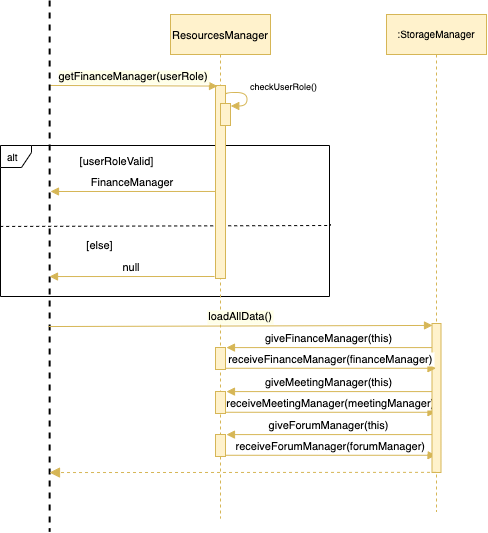
Before: docs/developerGuideDiagrams/resourcesSequenceDiagram.png, a diagram exported from draw.io (theeugenechong/tp). Source tidied: cells renumbered, new cells last; positions are measured from the earlier drawing's top-left corner, leaving out a move shared by most shapes.
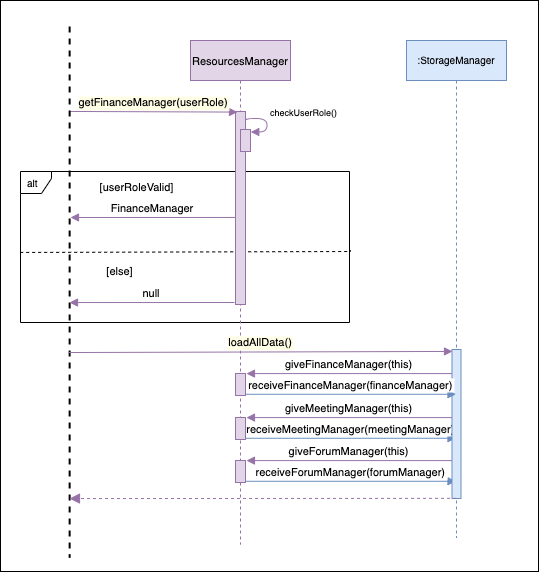
The same diagram one commit later.

The edit, as a diff of the source:
```diff
@@ -2,6 +2,9 @@
   <root>
     <mxCell id="0" />
     <mxCell id="1" parent="0" />
+    <mxCell id="28" value="&lt;b&gt;&lt;br&gt;&lt;/b&gt;" style="rounded=0;whiteSpace=wrap;html=1;" parent="1" vertex="1">
+      <mxGeometry x="-20" y="-26" width="538" height="571" as="geometry" />
+    </mxCell>
     <mxCell id="2" value="alt" style="shape=umlFrame;whiteSpace=wrap;html=1;width=31;height=22;boundedLbl=1;verticalAlign=middle;align=left;spacingLeft=5;fontSize=10;" parent="1" vertex="1">
       <mxGeometry y="145" width="329" height="151" as="geometry" />
     </mxCell>
@@ -13,51 +16,51 @@
         </Array>
       </mxGeometry>
     </mxCell>
-    <mxCell id="4" value="ResourcesManager" style="shape=umlLifeline;perimeter=lifelinePerimeter;rounded=0;shadow=0;strokeWidth=1;fontFamily=Helvetica;fontSize=11;fillColor=#fff2cc;strokeColor=#d6b656;" parent="1" vertex="1">
+    <mxCell id="4" value="ResourcesManager" style="shape=umlLifeline;perimeter=lifelinePerimeter;rounded=0;shadow=0;strokeWidth=1;fontFamily=Helvetica;fontSize=11;fillColor=#e1d5e7;strokeColor=#9673a6;" parent="1" vertex="1">
       <mxGeometry x="170" y="14" width="100" height="504" as="geometry" />
     </mxCell>
-    <mxCell id="5" style="points=[];perimeter=orthogonalPerimeter;rounded=0;shadow=0;strokeWidth=1;fontFamily=Helvetica;fontSize=11;fillColor=#fff2cc;strokeColor=#d6b656;" parent="4" vertex="1">
+    <mxCell id="5" style="points=[];perimeter=orthogonalPerimeter;rounded=0;shadow=0;strokeWidth=1;fontFamily=Helvetica;fontSize=11;fillColor=#e1d5e7;strokeColor=#9673a6;" parent="4" vertex="1">
       <mxGeometry x="45" y="71" width="10" height="193" as="geometry" />
     </mxCell>
-    <mxCell id="6" style="points=[];perimeter=orthogonalPerimeter;rounded=0;shadow=0;strokeWidth=1;fontFamily=Helvetica;fontSize=11;fillColor=#fff2cc;strokeColor=#d6b656;" parent="4" vertex="1">
+    <mxCell id="6" style="points=[];perimeter=orthogonalPerimeter;rounded=0;shadow=0;strokeWidth=1;fontFamily=Helvetica;fontSize=11;fillColor=#e1d5e7;strokeColor=#9673a6;" parent="4" vertex="1">
       <mxGeometry x="45" y="333" width="10" height="22" as="geometry" />
     </mxCell>
-    <mxCell id="7" style="points=[];perimeter=orthogonalPerimeter;rounded=0;shadow=0;strokeWidth=1;fontFamily=Helvetica;fontSize=11;fillColor=#fff2cc;strokeColor=#d6b656;" parent="4" vertex="1">
+    <mxCell id="7" style="points=[];perimeter=orthogonalPerimeter;rounded=0;shadow=0;strokeWidth=1;fontFamily=Helvetica;fontSize=11;fillColor=#e1d5e7;strokeColor=#9673a6;" parent="4" vertex="1">
       <mxGeometry x="45" y="377" width="10" height="22" as="geometry" />
     </mxCell>
-    <mxCell id="8" value="giveMeetingManager(this)" style="verticalAlign=bottom;endArrow=block;shadow=0;strokeWidth=1;fontFamily=Helvetica;fontSize=11;fillColor=#fff2cc;strokeColor=#d6b656;entryX=1.097;entryY=0.004;entryDx=0;entryDy=0;entryPerimeter=0;" parent="4" edge="1" target="7">
+    <mxCell id="8" value="giveMeetingManager(this)" style="verticalAlign=bottom;endArrow=block;shadow=0;strokeWidth=1;fontFamily=Helvetica;fontSize=11;fillColor=#e1d5e7;strokeColor=#9673a6;entryX=1.097;entryY=0.004;entryDx=0;entryDy=0;entryPerimeter=0;" parent="4" edge="1" target="7">
       <mxGeometry relative="1" as="geometry">
         <mxPoint x="261.5" y="377.1" as="sourcePoint" />
       </mxGeometry>
     </mxCell>
-    <mxCell id="9" value="receiveMeetingManager(meetingManager)" style="verticalAlign=bottom;endArrow=block;shadow=0;strokeWidth=1;fontFamily=Helvetica;fontSize=11;fillColor=#fff2cc;strokeColor=#d6b656;exitX=1.028;exitY=0.944;exitDx=0;exitDy=0;exitPerimeter=0;" parent="4" edge="1" source="7">
+    <mxCell id="9" value="receiveMeetingManager(meetingManager)" style="verticalAlign=bottom;endArrow=block;shadow=0;strokeWidth=1;fontFamily=Helvetica;fontSize=11;fillColor=#dae8fc;strokeColor=#6c8ebf;exitX=1.028;exitY=0.944;exitDx=0;exitDy=0;exitPerimeter=0;" parent="4" edge="1" source="7">
       <mxGeometry relative="1" as="geometry">
         <mxPoint x="265.5" y="397.8" as="targetPoint" />
       </mxGeometry>
     </mxCell>
-    <mxCell id="10" style="points=[];perimeter=orthogonalPerimeter;rounded=0;shadow=0;strokeWidth=1;fontFamily=Helvetica;fontSize=11;fillColor=#fff2cc;strokeColor=#d6b656;" parent="4" vertex="1">
+    <mxCell id="10" style="points=[];perimeter=orthogonalPerimeter;rounded=0;shadow=0;strokeWidth=1;fontFamily=Helvetica;fontSize=11;fillColor=#e1d5e7;strokeColor=#9673a6;" parent="4" vertex="1">
       <mxGeometry x="45" y="420" width="10" height="22" as="geometry" />
     </mxCell>
-    <mxCell id="11" value="giveForumManager(this)" style="verticalAlign=bottom;endArrow=block;shadow=0;strokeWidth=1;fontFamily=Helvetica;fontSize=11;fillColor=#fff2cc;strokeColor=#d6b656;entryX=1.097;entryY=0.004;entryDx=0;entryDy=0;entryPerimeter=0;" parent="4" edge="1" target="10">
+    <mxCell id="11" value="giveForumManager(this)" style="verticalAlign=bottom;endArrow=block;shadow=0;strokeWidth=1;fontFamily=Helvetica;fontSize=11;fillColor=#e1d5e7;strokeColor=#9673a6;entryX=1.097;entryY=0.004;entryDx=0;entryDy=0;entryPerimeter=0;" parent="4" edge="1" target="10">
       <mxGeometry relative="1" as="geometry">
         <mxPoint x="261.5" y="420.1" as="sourcePoint" />
       </mxGeometry>
     </mxCell>
-    <mxCell id="12" value="receiveForumManager(forumManager)" style="verticalAlign=bottom;endArrow=block;shadow=0;strokeWidth=1;fontFamily=Helvetica;fontSize=11;fillColor=#fff2cc;strokeColor=#d6b656;exitX=1.028;exitY=0.944;exitDx=0;exitDy=0;exitPerimeter=0;" parent="4" edge="1" source="10">
+    <mxCell id="12" value="receiveForumManager(forumManager)" style="verticalAlign=bottom;endArrow=block;shadow=0;strokeWidth=1;fontFamily=Helvetica;fontSize=11;fillColor=#dae8fc;strokeColor=#6c8ebf;exitX=1.028;exitY=0.944;exitDx=0;exitDy=0;exitPerimeter=0;" parent="4" edge="1" source="10">
       <mxGeometry relative="1" as="geometry">
         <mxPoint x="265.5" y="440.8" as="targetPoint" />
       </mxGeometry>
     </mxCell>
-    <mxCell id="13" value="getFinanceManager(userRole)" style="verticalAlign=bottom;endArrow=block;shadow=0;strokeWidth=1;fontFamily=Helvetica;fontSize=11;fillColor=#fff2cc;strokeColor=#d6b656;exitX=0.16;exitY=0.517;exitDx=0;exitDy=0;exitPerimeter=0;entryX=0.2;entryY=0.003;entryDx=0;entryDy=0;entryPerimeter=0;labelBorderColor=none;labelBackgroundColor=#FFFFE8;" parent="1" edge="1" source="14" target="5">
+    <mxCell id="13" value="getFinanceManager(userRole)" style="verticalAlign=bottom;endArrow=block;shadow=0;strokeWidth=1;fontFamily=Helvetica;fontSize=11;fillColor=#e1d5e7;strokeColor=#9673a6;exitX=0.16;exitY=0.517;exitDx=0;exitDy=0;exitPerimeter=0;entryX=0.2;entryY=0.003;entryDx=0;entryDy=0;entryPerimeter=0;labelBorderColor=none;labelBackgroundColor=#FFFFE8;" parent="1" edge="1" source="14" target="5">
       <mxGeometry relative="1" as="geometry" />
     </mxCell>
     <mxCell id="14" style="line;strokeWidth=2;direction=south;html=1;fontSize=10;dashed=1;" parent="1" vertex="1">
       <mxGeometry x="45" width="8.3" height="531" as="geometry" />
     </mxCell>
-    <mxCell id="15" value=":StorageManager" style="shape=umlLifeline;perimeter=lifelinePerimeter;rounded=0;shadow=0;strokeWidth=1;fontFamily=Helvetica;fontSize=10;fillColor=#fff2cc;strokeColor=#d6b656;" parent="1" vertex="1">
+    <mxCell id="15" value=":StorageManager" style="shape=umlLifeline;perimeter=lifelinePerimeter;rounded=0;shadow=0;strokeWidth=1;fontFamily=Helvetica;fontSize=10;fillColor=#dae8fc;strokeColor=#6c8ebf;" parent="1" vertex="1">
       <mxGeometry x="386" y="14" width="100" height="497" as="geometry" />
     </mxCell>
-    <mxCell id="16" style="points=[];perimeter=orthogonalPerimeter;rounded=0;shadow=0;strokeWidth=1;fontFamily=Helvetica;fontSize=11;fillColor=#fff2cc;strokeColor=#d6b656;" parent="15" vertex="1">
+    <mxCell id="16" style="points=[];perimeter=orthogonalPerimeter;rounded=0;shadow=0;strokeWidth=1;fontFamily=Helvetica;fontSize=11;fillColor=#dae8fc;strokeColor=#6c8ebf;" parent="15" vertex="1">
       <mxGeometry x="45.5" y="309" width="9" height="149" as="geometry" />
     </mxCell>
     <mxCell id="17" value="[userRoleValid]" style="text;html=1;align=center;verticalAlign=middle;strokeColor=none;fillColor=none;rounded=0;hachureGap=4;fontFamily=Helvetica;fontSize=11;" parent="1" vertex="1">
@@ -66,13 +69,13 @@
     <mxCell id="18" value="[else]" style="text;html=1;align=center;verticalAlign=middle;strokeColor=none;fillColor=none;rounded=0;hachureGap=4;fontFamily=Helvetica;fontSize=11;" parent="1" vertex="1">
       <mxGeometry x="81" y="236" width="36" height="17" as="geometry" />
     </mxCell>
-    <mxCell id="19" style="verticalAlign=bottom;endArrow=block;dashed=1;endSize=8;shadow=0;strokeWidth=1;fontFamily=Helvetica;fontSize=11;fillColor=#fff2cc;strokeColor=#d6b656;endFill=1;exitX=0.447;exitY=0.999;exitDx=0;exitDy=0;exitPerimeter=0;entryX=0.889;entryY=0.517;entryDx=0;entryDy=0;entryPerimeter=0;" parent="1" edge="1" source="16" target="14">
+    <mxCell id="19" style="verticalAlign=bottom;endArrow=block;dashed=1;endSize=8;shadow=0;strokeWidth=1;fontFamily=Helvetica;fontSize=11;fillColor=#e1d5e7;strokeColor=#9673a6;endFill=1;exitX=0.447;exitY=0.999;exitDx=0;exitDy=0;exitPerimeter=0;entryX=0.889;entryY=0.517;entryDx=0;entryDy=0;entryPerimeter=0;" parent="1" edge="1" source="16" target="14">
       <mxGeometry x="0.01" relative="1" as="geometry" />
     </mxCell>
-    <mxCell id="20" value="giveFinanceManager(this)" style="verticalAlign=bottom;endArrow=block;shadow=0;strokeWidth=1;fontFamily=Helvetica;fontSize=11;fillColor=#fff2cc;strokeColor=#d6b656;entryX=1.097;entryY=0.004;entryDx=0;entryDy=0;entryPerimeter=0;" parent="1" edge="1" source="16" target="6">
+    <mxCell id="20" value="giveFinanceManager(this)" style="verticalAlign=bottom;endArrow=block;shadow=0;strokeWidth=1;fontFamily=Helvetica;fontSize=11;fillColor=#e1d5e7;strokeColor=#9673a6;entryX=1.097;entryY=0.004;entryDx=0;entryDy=0;entryPerimeter=0;" parent="1" edge="1" source="16" target="6">
       <mxGeometry relative="1" as="geometry" />
     </mxCell>
-    <mxCell id="21" style="curved=1;endArrow=block;html=1;rounded=0;fontFamily=Helvetica;fontSize=10;edgeStyle=orthogonalEdgeStyle;entryX=0.976;entryY=0.048;entryDx=0;entryDy=0;entryPerimeter=0;exitX=1.052;exitY=0.177;exitDx=0;exitDy=0;exitPerimeter=0;fillColor=#fff2cc;strokeColor=#d6b656;endFill=1;" parent="1" edge="1">
+    <mxCell id="21" style="curved=1;endArrow=block;html=1;rounded=0;fontFamily=Helvetica;fontSize=10;edgeStyle=orthogonalEdgeStyle;entryX=0.976;entryY=0.048;entryDx=0;entryDy=0;entryPerimeter=0;exitX=1.052;exitY=0.177;exitDx=0;exitDy=0;exitPerimeter=0;fillColor=#e1d5e7;strokeColor=#9673a6;endFill=1;" parent="1" edge="1">
       <mxGeometry relative="1" as="geometry">
         <mxPoint x="225" y="94" as="sourcePoint" />
         <mxPoint x="230.3" y="105.5" as="targetPoint" />
@@ -83,27 +86,27 @@
         </Array>
       </mxGeometry>
     </mxCell>
-    <mxCell id="22" style="perimeter=orthogonalPerimeter;rounded=0;shadow=0;strokeWidth=1;fontFamily=Helvetica;fontSize=11;fillColor=#fff2cc;strokeColor=#d6b656;" parent="1" vertex="1">
+    <mxCell id="22" style="perimeter=orthogonalPerimeter;rounded=0;shadow=0;strokeWidth=1;fontFamily=Helvetica;fontSize=11;fillColor=#e1d5e7;strokeColor=#9673a6;" parent="1" vertex="1">
       <mxGeometry x="220" y="103" width="10" height="22" as="geometry" />
     </mxCell>
     <mxCell id="23" value="checkUserRole()" style="text;html=1;align=center;verticalAlign=middle;strokeColor=none;fillColor=none;rounded=0;hachureGap=4;fontFamily=Helvetica;fontSize=9;" parent="1" vertex="1">
       <mxGeometry x="244" y="78" width="77" height="15" as="geometry" />
     </mxCell>
-    <mxCell id="24" value="FinanceManager" style="verticalAlign=bottom;endArrow=block;shadow=0;strokeWidth=1;fontFamily=Helvetica;fontSize=11;fillColor=#fff2cc;strokeColor=#d6b656;exitX=0;exitY=0.549;exitDx=0;exitDy=0;exitPerimeter=0;" parent="1" edge="1" source="5">
+    <mxCell id="24" value="FinanceManager" style="verticalAlign=bottom;endArrow=block;shadow=0;strokeWidth=1;fontFamily=Helvetica;fontSize=11;fillColor=#e1d5e7;strokeColor=#9673a6;exitX=0;exitY=0.549;exitDx=0;exitDy=0;exitPerimeter=0;" parent="1" edge="1" source="5">
       <mxGeometry relative="1" as="geometry">
         <mxPoint x="50" y="191" as="targetPoint" />
       </mxGeometry>
     </mxCell>
-    <mxCell id="25" value="null" style="verticalAlign=bottom;endArrow=block;shadow=0;strokeWidth=1;fontFamily=Helvetica;fontSize=11;fillColor=#fff2cc;strokeColor=#d6b656;exitX=0;exitY=0.549;exitDx=0;exitDy=0;exitPerimeter=0;" parent="1" edge="1">
+    <mxCell id="25" value="null" style="verticalAlign=bottom;endArrow=block;shadow=0;strokeWidth=1;fontFamily=Helvetica;fontSize=11;fillColor=#e1d5e7;strokeColor=#9673a6;exitX=0;exitY=0.549;exitDx=0;exitDy=0;exitPerimeter=0;" parent="1" edge="1">
       <mxGeometry relative="1" as="geometry">
         <mxPoint x="214" y="276" as="sourcePoint" />
         <mxPoint x="49" y="276" as="targetPoint" />
       </mxGeometry>
     </mxCell>
-    <mxCell id="26" value="loadAllData()" style="verticalAlign=bottom;endArrow=block;shadow=0;strokeWidth=1;fontFamily=Helvetica;fontSize=11;fillColor=#fff2cc;strokeColor=#d6b656;exitX=0.614;exitY=0.638;exitDx=0;exitDy=0;exitPerimeter=0;labelBackgroundColor=#FFFFE8;entryX=0.056;entryY=0.013;entryDx=0;entryDy=0;entryPerimeter=0;" parent="1" edge="1" source="14" target="16">
+    <mxCell id="26" value="loadAllData()" style="verticalAlign=bottom;endArrow=block;shadow=0;strokeWidth=1;fontFamily=Helvetica;fontSize=11;fillColor=#e1d5e7;strokeColor=#9673a6;exitX=0.614;exitY=0.638;exitDx=0;exitDy=0;exitPerimeter=0;labelBackgroundColor=#FFFFE8;entryX=0.056;entryY=0.013;entryDx=0;entryDy=0;entryPerimeter=0;" parent="1" edge="1" source="14" target="16">
       <mxGeometry relative="1" as="geometry" />
     </mxCell>
-    <mxCell id="27" value="receiveFinanceManager(financeManager)" style="verticalAlign=bottom;endArrow=block;shadow=0;strokeWidth=1;fontFamily=Helvetica;fontSize=11;fillColor=#fff2cc;strokeColor=#d6b656;exitX=1.028;exitY=0.944;exitDx=0;exitDy=0;exitPerimeter=0;" parent="1" edge="1" source="6" target="15">
+    <mxCell id="27" value="receiveFinanceManager(financeManager)" style="verticalAlign=bottom;endArrow=block;shadow=0;strokeWidth=1;fontFamily=Helvetica;fontSize=11;fillColor=#dae8fc;strokeColor=#6c8ebf;exitX=1.028;exitY=0.944;exitDx=0;exitDy=0;exitPerimeter=0;" parent="1" edge="1" source="6" target="15">
       <mxGeometry relative="1" as="geometry" />
     </mxCell>
   </root>
```
